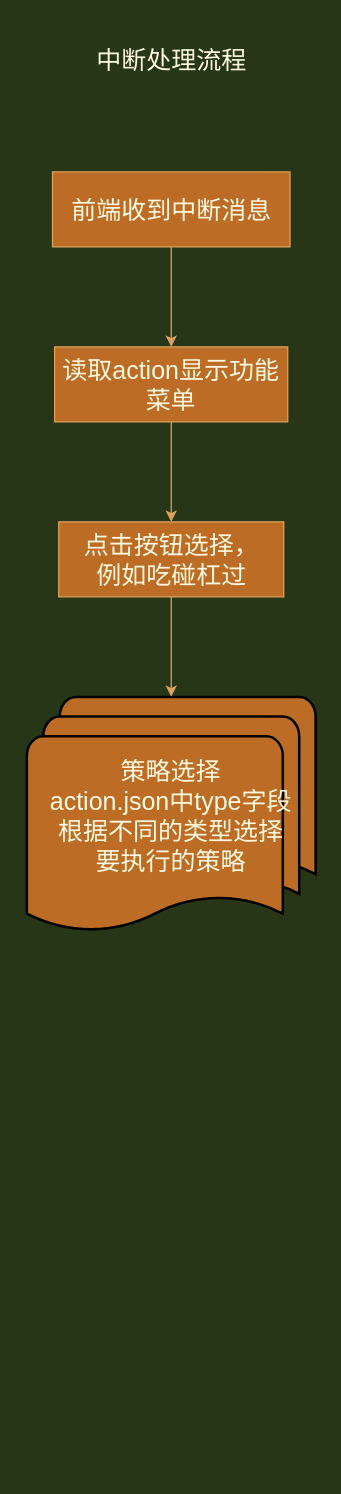
Earlier version of the draw.io diagram 中断流程图.drawio (itrookie-sky/diagrams). Source tidied: cells renumbered, new cells numbered last; positions are measured from the earlier drawing's top-left corner, leaving out a move shared by most shapes. Both pictures are drawn from the tidied source at 125%, with x=0, y=0 at pixel (26, 21).
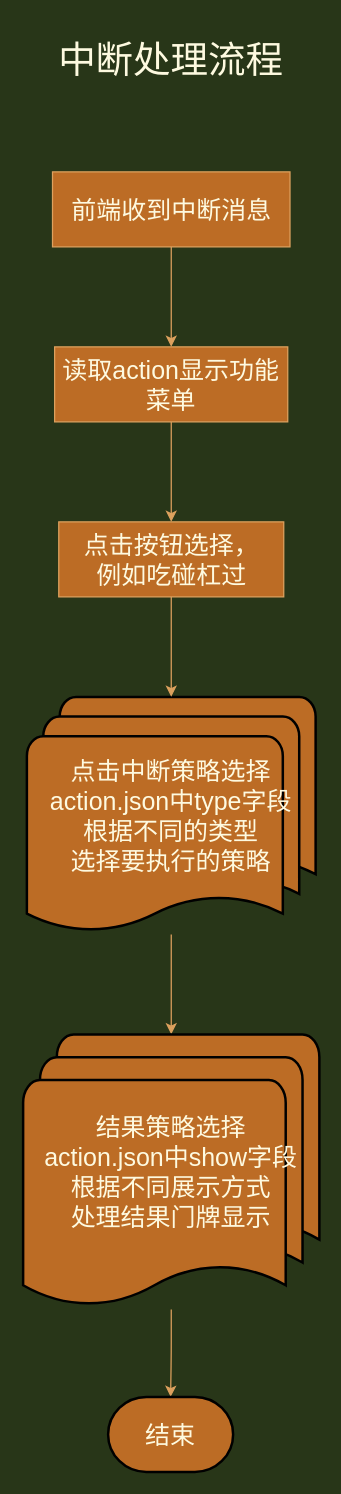
Above is the later version.

Commit message (it also covers changes not shown here):
更新中断流程图.drawio

The edit, as a diff of the source:
```diff
@@
 <mxGraphModel background="#283618">
   <root>
     <mxCell id="0" />
     <mxCell id="1" parent="0" />
     <mxCell id="2" style="edgeStyle=orthogonalEdgeStyle;curved=0;rounded=1;sketch=0;jettySize=auto;html=1;strokeColor=#DDA15E;fillColor=#BC6C25;fontColor=#FEFAE0;fontSize=20;" parent="1" edge="1" source="3" target="5">
       <mxGeometry relative="1" as="geometry" />
     </mxCell>
     <mxCell id="3" value="前端收到中断消息" style="rounded=0;whiteSpace=wrap;html=1;sketch=0;strokeColor=#DDA15E;fillColor=#BC6C25;fontColor=#FEFAE0;fontSize=20;" parent="1" vertex="1">
       <mxGeometry x="20.5" y="120" width="190" height="60" as="geometry" />
     </mxCell>
     <mxCell id="4" style="edgeStyle=orthogonalEdgeStyle;curved=0;rounded=1;sketch=0;jettySize=auto;html=1;strokeColor=#DDA15E;fillColor=#BC6C25;fontColor=#FEFAE0;fontSize=20;" parent="1" edge="1" source="5" target="8">
       <mxGeometry relative="1" as="geometry" />
     </mxCell>
     <mxCell id="5" value="读取action显示功能菜单" style="rounded=0;whiteSpace=wrap;html=1;sketch=0;strokeColor=#DDA15E;fillColor=#BC6C25;fontColor=#FEFAE0;fontSize=20;" parent="1" vertex="1">
       <mxGeometry x="22.2" y="260" width="186.5" height="60" as="geometry" />
     </mxCell>
+    <mxCell id="10" style="edgeStyle=orthogonalEdgeStyle;curved=0;rounded=1;sketch=0;jettySize=auto;html=1;strokeColor=#DDA15E;fillColor=#BC6C25;fontSize=20;fontColor=#FEFAE0;" parent="1" edge="1" source="6" target="12">
+      <mxGeometry relative="1" as="geometry" />
+    </mxCell>
-    <mxCell id="6" value="策略选择&lt;br&gt;action.json中type字段&lt;br style=&quot;font-size: 20px&quot;&gt;根据不同的类型选择&lt;br style=&quot;font-size: 20px&quot;&gt;要执行的策略" style="strokeWidth=2;html=1;shape=mxgraph.flowchart.multi-document;whiteSpace=wrap;rounded=0;sketch=0;fillColor=#BC6C25;fontColor=#FEFAE0;fontSize=20;" parent="1" vertex="1">
+    <mxCell id="6" value="点击中断策略选择&lt;br&gt;action.json中type字段&lt;br style=&quot;font-size: 20px&quot;&gt;根据不同的类型&lt;br&gt;选择要执行的策略" style="strokeWidth=2;html=1;shape=mxgraph.flowchart.multi-document;whiteSpace=wrap;rounded=0;sketch=0;fillColor=#BC6C25;fontColor=#FEFAE0;fontSize=20;" parent="1" vertex="1">
       <mxGeometry y="540" width="231" height="190" as="geometry" />
     </mxCell>
     <mxCell id="7" style="edgeStyle=orthogonalEdgeStyle;curved=0;rounded=1;sketch=0;jettySize=auto;html=1;strokeColor=#DDA15E;fillColor=#BC6C25;fontColor=#FEFAE0;fontSize=20;" parent="1" edge="1" source="8" target="6">
       <mxGeometry relative="1" as="geometry" />
     </mxCell>
     <mxCell id="8" value="点击按钮选择，&lt;br&gt;例如吃碰杠过" style="rounded=0;whiteSpace=wrap;html=1;sketch=0;strokeColor=#DDA15E;fillColor=#BC6C25;fontColor=#FEFAE0;fontSize=20;" parent="1" vertex="1">
       <mxGeometry x="25.5" y="400" width="180" height="60" as="geometry" />
     </mxCell>
-    <mxCell id="9" value="中断处理流程" style="text;html=1;strokeColor=none;fillColor=none;align=center;verticalAlign=middle;whiteSpace=wrap;rounded=0;sketch=0;fontSize=20;fontColor=#FEFAE0;" parent="1" vertex="1">
-      <mxGeometry x="25.5" width="180" height="60" as="geometry" />
+    <mxCell id="9" value="&lt;font style=&quot;font-size: 30px&quot;&gt;中断处理流程&lt;/font&gt;" style="text;html=1;strokeColor=none;fillColor=none;align=center;verticalAlign=middle;whiteSpace=wrap;rounded=0;sketch=0;fontSize=20;fontColor=#FEFAE0;" parent="1" vertex="1">
+      <mxGeometry x="3.2" width="224.5" height="60" as="geometry" />
     </mxCell>
+    <mxCell id="11" style="edgeStyle=orthogonalEdgeStyle;curved=0;rounded=1;sketch=0;jettySize=auto;html=1;strokeColor=#DDA15E;fillColor=#BC6C25;fontSize=20;fontColor=#FEFAE0;" parent="1" edge="1" source="12" target="13">
+      <mxGeometry relative="1" as="geometry" />
+    </mxCell>
+    <mxCell id="12" value="结果策略选择&lt;br&gt;action.json中show字段&lt;br style=&quot;font-size: 20px&quot;&gt;根据不同展示方式&lt;br&gt;处理结果门牌显示" style="strokeWidth=2;html=1;shape=mxgraph.flowchart.multi-document;whiteSpace=wrap;rounded=0;sketch=0;fillColor=#BC6C25;fontColor=#FEFAE0;fontSize=20;" parent="1" vertex="1">
+      <mxGeometry x="-3" y="810" width="237" height="220" as="geometry" />
+    </mxCell>
+    <mxCell id="13" value="结束" style="strokeWidth=2;html=1;shape=mxgraph.flowchart.terminator;whiteSpace=wrap;rounded=0;sketch=0;fillColor=#BC6C25;fontSize=20;fontColor=#FEFAE0;" parent="1" vertex="1">
+      <mxGeometry x="65" y="1100" width="100" height="60" as="geometry" />
+    </mxCell>
   </root>
 </mxGraphModel>
```
